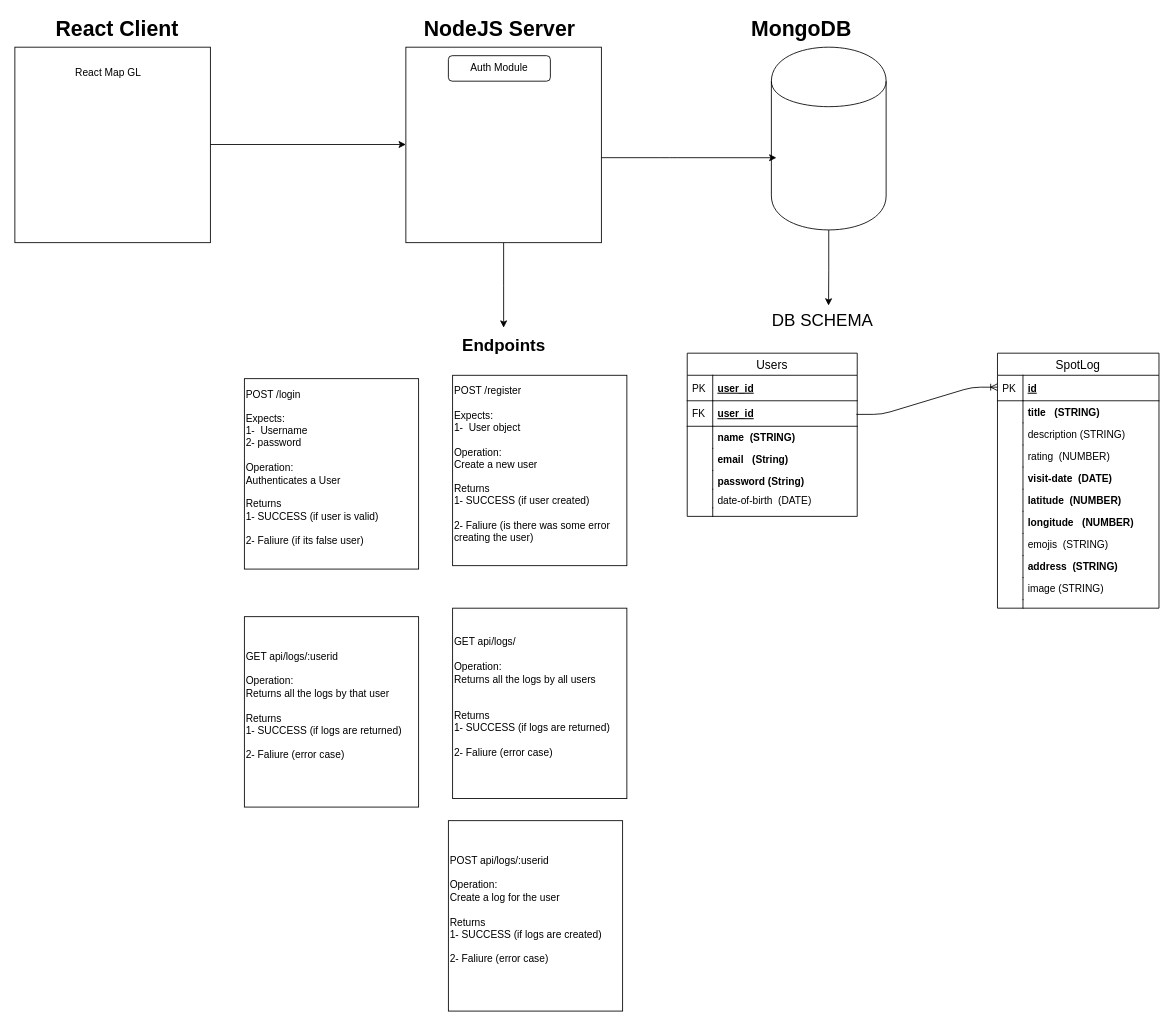
The draw.io diagram TravelLogInfra.drawio in PranjalAgni/travel-diary, before the edit. Source tidied: cells renumbered, new cells numbered last; positions are measured from the earlier drawing's top-left corner, leaving out a move shared by most shapes. Both pictures are drawn from the tidied source at 85%, with x=0, y=0 at pixel (14, 19).
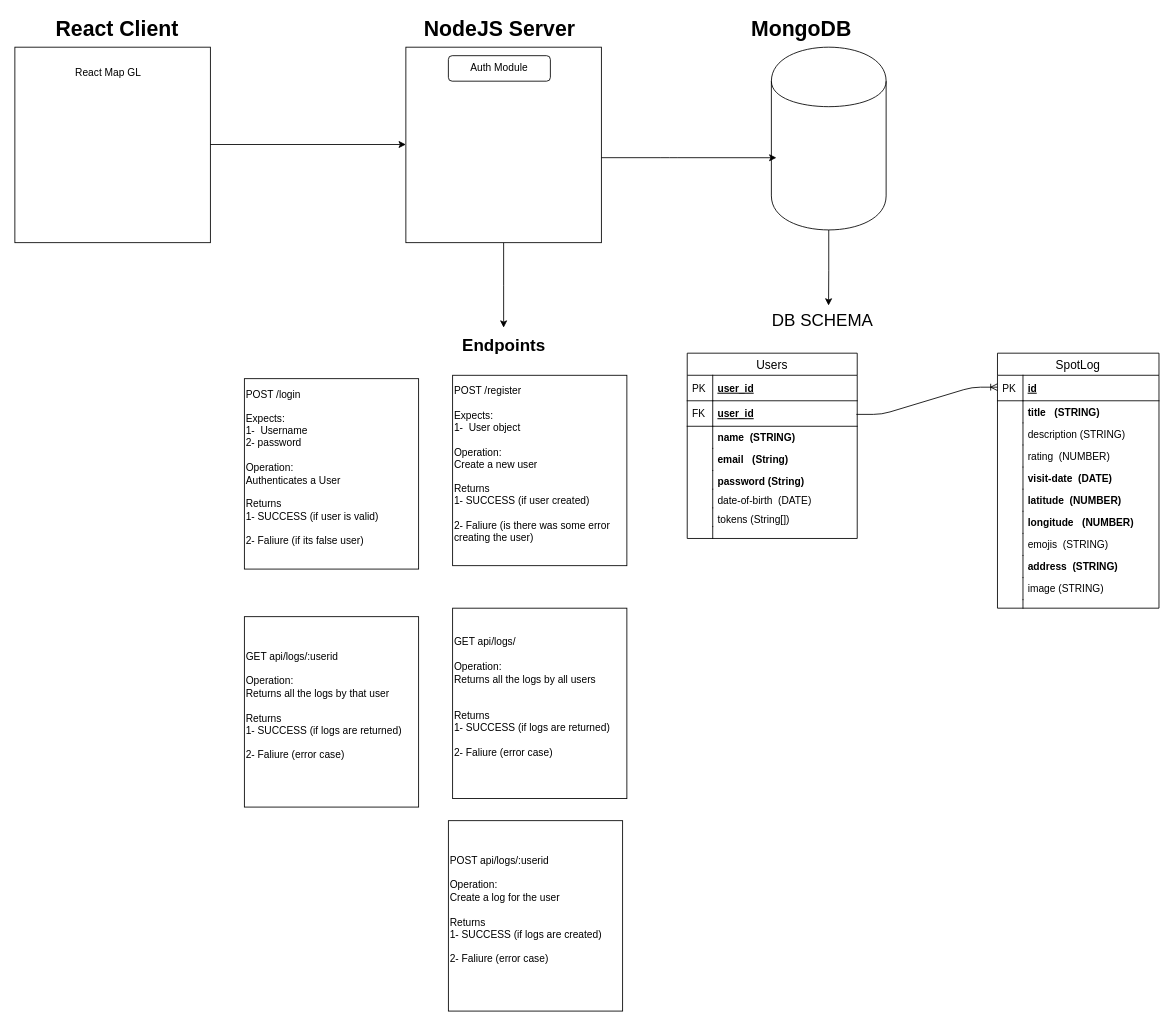
Above is the later version.

Commit message:
:tada: modified infra diagram

The edit, as a diff of the source:
```diff
@@
     <mxCell id="14" value="Users" style="swimlane;fontStyle=0;horizontal=1;startSize=26;align=center;fontSize=14;" parent="1" vertex="1">
-      <mxGeometry x="791" y="393" width="200" height="192" as="geometry" />
+      <mxGeometry x="791" y="393" width="200" height="218" as="geometry" />
     </mxCell>
@@
+    <mxCell id="60" value="tokens (String[])" style="shape=partialRectangle;top=0;left=0;right=0;bottom=0;align=left;verticalAlign=top;fillColor=none;spacingLeft=34;spacingRight=4;overflow=hidden;fontSize=12;" parent="14" vertex="1">
+      <mxGeometry y="182" width="200" height="22" as="geometry" />
+    </mxCell>
+    <mxCell id="61" style="shape=partialRectangle;top=0;left=0;bottom=0;fillColor=none;align=left;verticalAlign=top;spacingLeft=4;spacingRight=4;overflow=hidden;fontSize=12;" parent="60" vertex="1">
+      <mxGeometry width="30" height="22" as="geometry" />
+    </mxCell>
     <mxCell id="27" style="shape=partialRectangle;top=0;left=0;right=0;bottom=0;align=left;verticalAlign=top;fillColor=none;spacingLeft=34;spacingRight=4;overflow=hidden;fontSize=12;" parent="14" vertex="1">
-      <mxGeometry y="182" width="200" height="10" as="geometry" />
+      <mxGeometry y="204" width="200" height="14" as="geometry" />
     </mxCell>
     <mxCell id="28" style="shape=partialRectangle;top=0;left=0;bottom=0;fillColor=none;align=left;verticalAlign=top;spacingLeft=4;spacingRight=4;overflow=hidden;fontSize=12;" parent="27" vertex="1">
-      <mxGeometry width="30" height="10" as="geometry" />
+      <mxGeometry width="30" height="14" as="geometry" />
     </mxCell>
```
